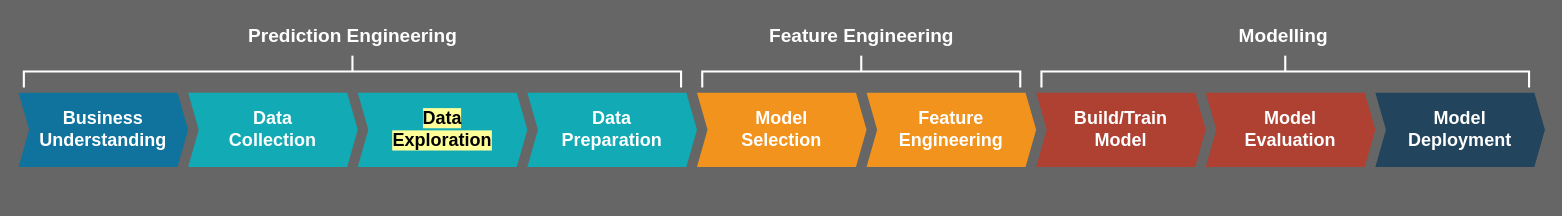
Above: src/Workflow Diagram DS4SDGs.drawio in ohikendoit/CBi-MRC-Analytics (draw.io), before the change. Source tidied: cells renumbered, new cells numbered last; positions are measured from the earlier drawing's top-left corner, leaving out a move shared by most shapes. Both pictures are drawn from the tidied source at 106%, with x=0, y=0 at pixel (18, -258).
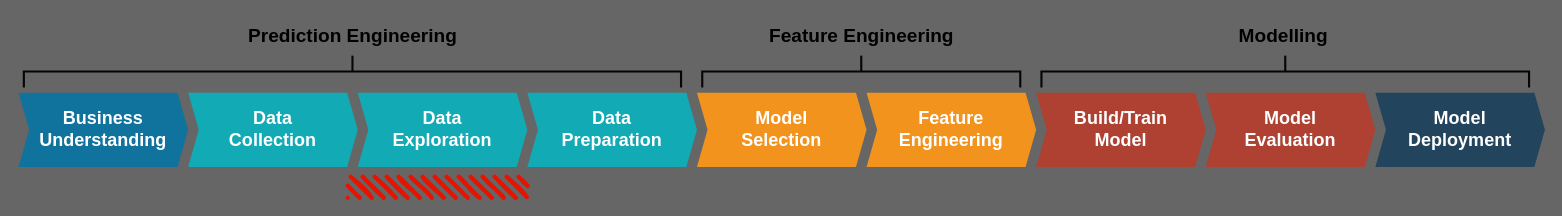
The same page after the edit.

What changed in the source:
```diff
@@
 <mxGraphModel background="#666666">
   <root>
     <mxCell id="0" />
     <mxCell id="1" parent="0" />
     <mxCell id="2" value="Business&lt;br&gt;Understanding" style="shape=step;perimeter=stepPerimeter;whiteSpace=wrap;html=1;fixedSize=1;size=10;fillColor=#10739E;strokeColor=none;fontSize=17;fontColor=#FFFFFF;fontStyle=1;align=center;rounded=0;" parent="1" vertex="1">
       <mxGeometry y="330" width="160" height="70" as="geometry" />
     </mxCell>
     <mxCell id="3" value="Model&lt;br&gt;Selection" style="shape=step;perimeter=stepPerimeter;whiteSpace=wrap;html=1;fixedSize=1;size=10;fillColor=#F2931E;strokeColor=none;fontSize=17;fontColor=#FFFFFF;fontStyle=1;align=center;rounded=0;" parent="1" vertex="1">
       <mxGeometry x="640" y="330" width="160" height="70" as="geometry" />
     </mxCell>
     <mxCell id="4" value="Build/Train&lt;br&gt;Model" style="shape=step;perimeter=stepPerimeter;whiteSpace=wrap;html=1;fixedSize=1;size=10;fillColor=#AE4132;strokeColor=none;fontSize=17;fontColor=#FFFFFF;fontStyle=1;align=center;rounded=0;" parent="1" vertex="1">
       <mxGeometry x="960" y="330" width="160" height="70" as="geometry" />
     </mxCell>
     <mxCell id="5" value="Model&lt;br&gt;Deployment" style="shape=step;perimeter=stepPerimeter;whiteSpace=wrap;html=1;fixedSize=1;size=10;fillColor=#23445D;strokeColor=none;fontSize=17;fontColor=#FFFFFF;fontStyle=1;align=center;rounded=0;" parent="1" vertex="1">
       <mxGeometry x="1280" y="330" width="160" height="70" as="geometry" />
     </mxCell>
     <mxCell id="6" value="Data&lt;br&gt;Collection" style="shape=step;perimeter=stepPerimeter;whiteSpace=wrap;html=1;fixedSize=1;size=10;fillColor=#12AAB5;strokeColor=none;fontSize=17;fontColor=#FFFFFF;fontStyle=1;align=center;rounded=0;" parent="1" vertex="1">
       <mxGeometry x="160" y="330" width="160" height="70" as="geometry" />
     </mxCell>
-    <mxCell id="7" value="&lt;span style=&quot;background-color: rgb(255 , 255 , 153)&quot;&gt;&lt;font color=&quot;#000000&quot;&gt;Data&lt;br&gt;Exploration&lt;/font&gt;&lt;/span&gt;" style="shape=step;perimeter=stepPerimeter;whiteSpace=wrap;html=1;fixedSize=1;size=10;fillColor=#12AAB5;strokeColor=none;fontSize=17;fontColor=#FFFFFF;fontStyle=1;align=center;rounded=0;" parent="1" vertex="1">
+    <mxCell id="7" value="Data&lt;br&gt;Exploration" style="shape=step;perimeter=stepPerimeter;whiteSpace=wrap;html=1;fixedSize=1;size=10;fillColor=#12AAB5;strokeColor=none;fontSize=17;fontColor=#FFFFFF;fontStyle=1;align=center;rounded=0;" parent="1" vertex="1">
       <mxGeometry x="320" y="330" width="160" height="70" as="geometry" />
     </mxCell>
     <mxCell id="8" value="Data&lt;br&gt;Preparation" style="shape=step;perimeter=stepPerimeter;whiteSpace=wrap;html=1;fixedSize=1;size=10;fillColor=#12AAB5;strokeColor=none;fontSize=17;fontColor=#FFFFFF;fontStyle=1;align=center;rounded=0;" parent="1" vertex="1">
       <mxGeometry x="480" y="330" width="160" height="70" as="geometry" />
     </mxCell>
     <mxCell id="9" value="Feature&lt;br&gt;Engineering" style="shape=step;perimeter=stepPerimeter;whiteSpace=wrap;html=1;fixedSize=1;size=10;fillColor=#F2931E;strokeColor=none;fontSize=17;fontColor=#FFFFFF;fontStyle=1;align=center;rounded=0;" parent="1" vertex="1">
       <mxGeometry x="800" y="330" width="160" height="70" as="geometry" />
     </mxCell>
     <mxCell id="10" value="Model&lt;br&gt;Evaluation" style="shape=step;perimeter=stepPerimeter;whiteSpace=wrap;html=1;fixedSize=1;size=10;fillColor=#AE4132;strokeColor=none;fontSize=17;fontColor=#FFFFFF;fontStyle=1;align=center;rounded=0;" parent="1" vertex="1">
       <mxGeometry x="1120" y="330" width="160" height="70" as="geometry" />
     </mxCell>
-    <mxCell id="11" style="strokeWidth=2;html=1;shape=mxgraph.flowchart.annotation_2;align=left;labelPosition=right;rotation=90;strokeColor=#FFFFFF;" parent="1" vertex="1">
+    <mxCell id="11" style="strokeWidth=2;html=1;shape=mxgraph.flowchart.annotation_2;align=left;labelPosition=right;rotation=90;strokeColor=#050505;" parent="1" vertex="1">
       <mxGeometry x="300" width="30" height="620" as="geometry" />
     </mxCell>
-    <mxCell id="12" style="strokeWidth=2;html=1;shape=mxgraph.flowchart.annotation_2;align=left;labelPosition=right;rotation=90;strokeColor=#FFFFFF;" parent="1" vertex="1">
+    <mxCell id="12" style="strokeWidth=2;html=1;shape=mxgraph.flowchart.annotation_2;align=left;labelPosition=right;rotation=90;strokeColor=#050505;" parent="1" vertex="1">
       <mxGeometry x="780" y="160" width="30" height="300" as="geometry" />
     </mxCell>
-    <mxCell id="13" style="strokeWidth=2;html=1;shape=mxgraph.flowchart.annotation_2;align=left;labelPosition=right;rotation=90;strokeColor=#FFFFFF;" parent="1" vertex="1">
+    <mxCell id="13" style="strokeWidth=2;html=1;shape=mxgraph.flowchart.annotation_2;align=left;labelPosition=right;rotation=90;strokeColor=#050505;" parent="1" vertex="1">
       <mxGeometry x="1180" y="80" width="30" height="460" as="geometry" />
     </mxCell>
-    <mxCell id="14" value="&lt;font style=&quot;font-size: 18px&quot;&gt;Prediction Engineering&lt;/font&gt;" style="text;strokeColor=none;fillColor=none;html=1;fontSize=24;fontStyle=1;verticalAlign=middle;align=center;fontColor=#FFFFFF;" parent="1" vertex="1">
+    <mxCell id="14" value="&lt;font style=&quot;font-size: 18px&quot; color=&quot;#000000&quot;&gt;Prediction Engineering&lt;/font&gt;" style="text;strokeColor=none;fillColor=none;html=1;fontSize=24;fontStyle=1;verticalAlign=middle;align=center;fontColor=#FFFFFF;" parent="1" vertex="1">
       <mxGeometry x="265" y="260" width="100" height="30" as="geometry" />
     </mxCell>
-    <mxCell id="15" value="&lt;font style=&quot;font-size: 18px&quot;&gt;Feature Engineering&lt;/font&gt;" style="text;strokeColor=none;fillColor=none;html=1;fontSize=24;fontStyle=1;verticalAlign=middle;align=center;fontColor=#FFFFFF;" parent="1" vertex="1">
+    <mxCell id="15" value="&lt;font style=&quot;font-size: 18px&quot; color=&quot;#000000&quot;&gt;Feature Engineering&lt;/font&gt;" style="text;strokeColor=none;fillColor=none;html=1;fontSize=24;fontStyle=1;verticalAlign=middle;align=center;fontColor=#FFFFFF;" parent="1" vertex="1">
       <mxGeometry x="745" y="260" width="100" height="30" as="geometry" />
     </mxCell>
-    <mxCell id="16" value="&lt;font style=&quot;font-size: 18px&quot;&gt;Modelling&lt;/font&gt;" style="text;strokeColor=none;fillColor=none;html=1;fontSize=24;fontStyle=1;verticalAlign=middle;align=center;fontColor=#FFFFFF;" parent="1" vertex="1">
+    <mxCell id="16" value="&lt;font style=&quot;font-size: 18px&quot; color=&quot;#000000&quot;&gt;Modelling&lt;/font&gt;" style="text;strokeColor=none;fillColor=none;html=1;fontSize=24;fontStyle=1;verticalAlign=middle;align=center;fontColor=#FFFFFF;" parent="1" vertex="1">
       <mxGeometry x="1143" y="260" width="100" height="30" as="geometry" />
     </mxCell>
+    <mxCell id="17" style="rounded=1;whiteSpace=wrap;html=1;strokeWidth=2;fillWeight=4;hachureGap=8;hachureAngle=45;fillColor=#e51400;sketch=1;labelBackgroundColor=none;strokeColor=none;glass=0;shadow=0;fontColor=#ffffff;" parent="1" vertex="1">
+      <mxGeometry x="310" y="410" width="170" height="20" as="geometry" />
+    </mxCell>
   </root>
 </mxGraphModel>
```
